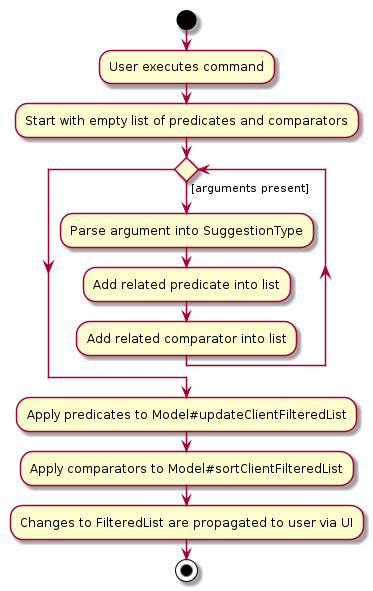
Above: docs/images/SuggestActivityDiagram.png in tankangliang/tp (PlantUML), before the change.
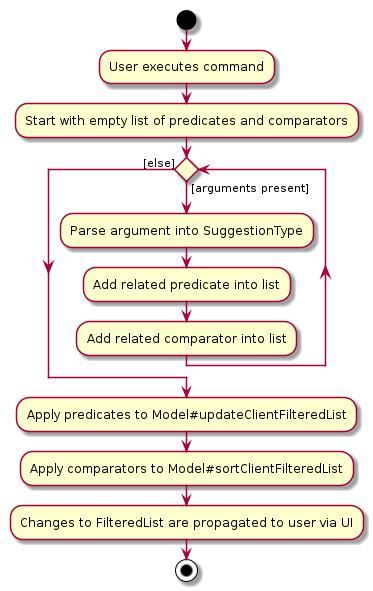
The same file after the commit.

Commit message:
Generate PNG images for PlantUML diagrams

Diff of the diagram source:
```diff
@@ -8,7 +8,7 @@
     :Parse argument into SuggestionType;
     :Add related predicate into list;
     :Add related comparator into list;
-endwhile
+endwhile ([else])
 
 :Apply predicates to Model#updateClientFilteredList;
 :Apply comparators to Model#sortClientFilteredList;
```
